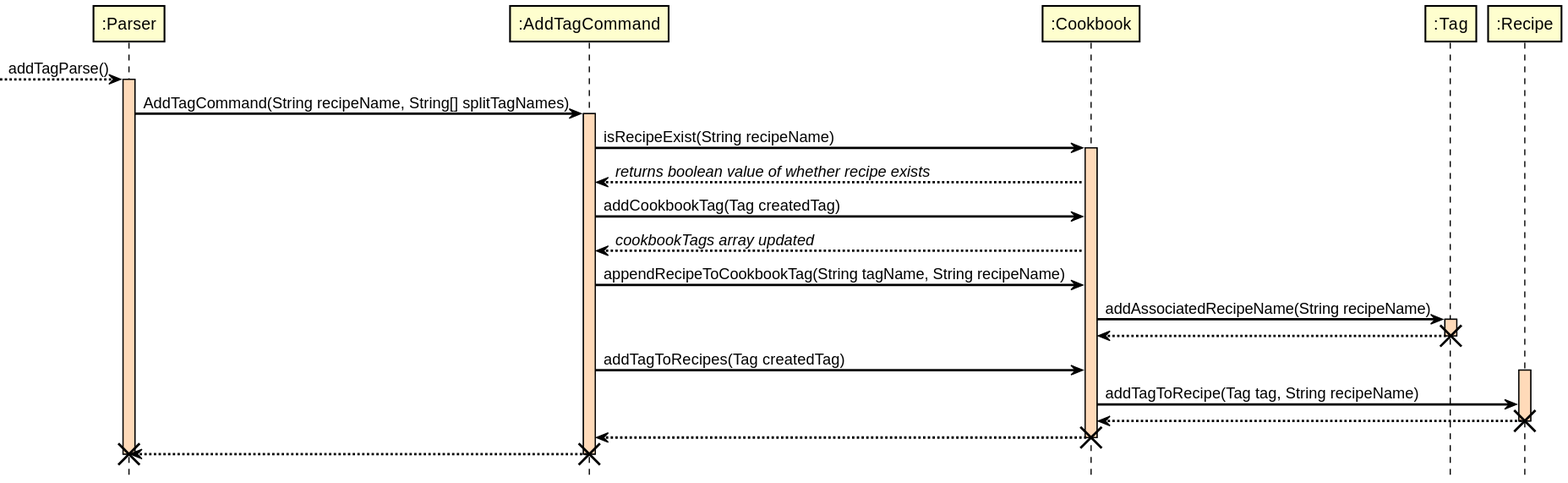
nus-cs2113-AY2122S1/tp keeps this PlantUML diagram as docs/RenderedUML/AddTag.svg. Above is the earlier version.
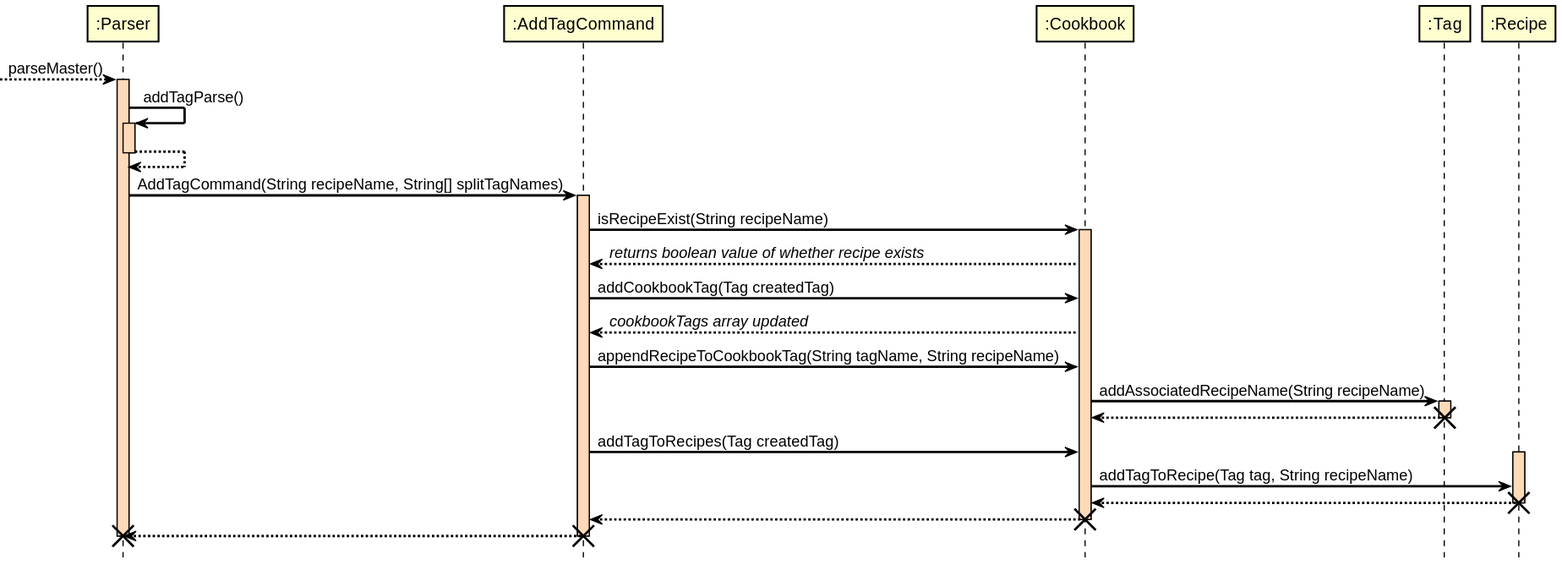
The same file after the commit.

The edit, as a diff of the source:
```diff
@@ -11,9 +11,14 @@
 
 skinparam sequenceArrowColor black
 
---> ":Parser": addTagParse()
+--> ":Parser": parseMaster()
 activate ":Parser"
 
+":Parser" -> ":Parser": addTagParse()
+activate ":Parser"
+
+":Parser" --> ":Parser"
+deactivate ":Parser"
 
 ":Parser" -> ":AddTagCommand": AddTagCommand(String recipeName, String[] splitTagNames)
 activate ":AddTagCommand"
```
